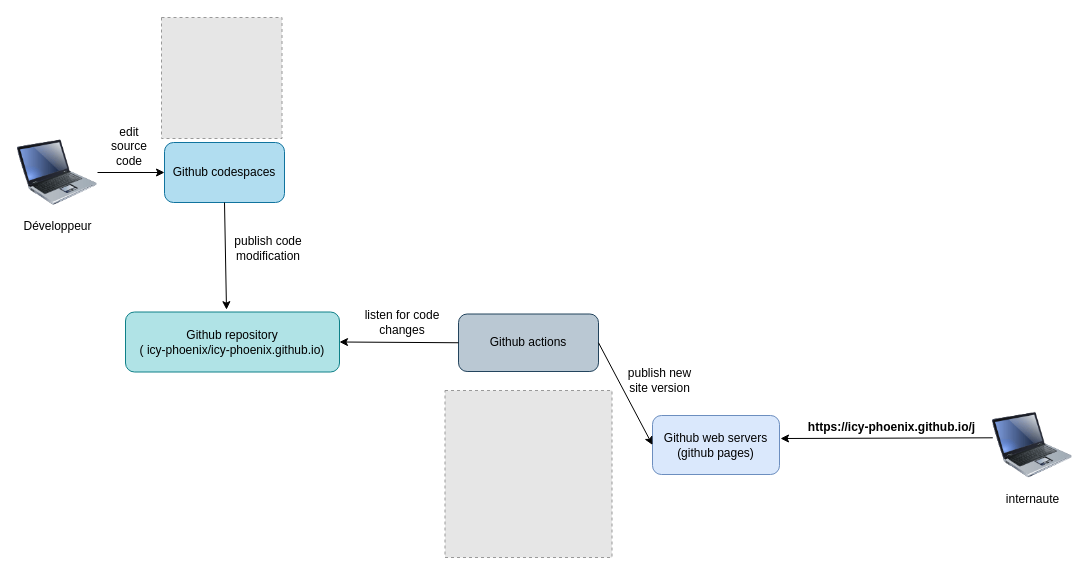
This is icy-phoenix.github.io.drawio from icy-phoenix/icy-phoenix.github.io, a draw.io file, before an edit. Source tidied: cells renumbered, new cells numbered last; positions are measured from the earlier drawing's top-left corner, leaving out a move shared by most shapes. Both pictures are drawn from the tidied source at 100%, with x=0, y=0 at pixel (17, 17). Pictures stored in the file or linked from it are replaced by grey dashed boxes.
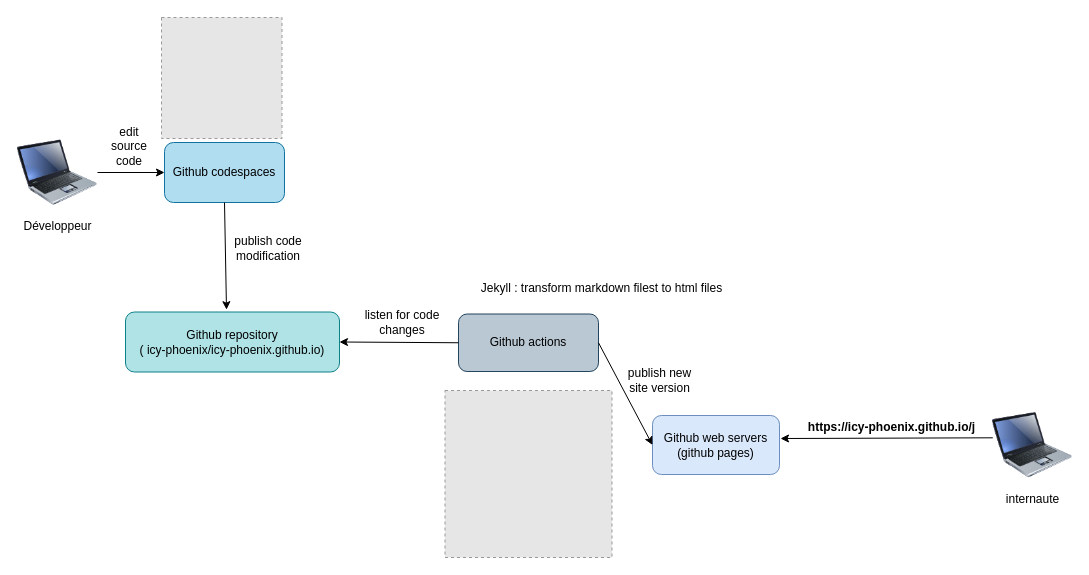
The same diagram, later.

Commit message:
Mettre à jour icy-phoenix.github.io.drawio

What changed in the source:
```diff
@@
+    <mxCell id="20" value="Jekyll : transform markdown filest to html files" style="text;html=1;strokeColor=none;fillColor=none;align=center;verticalAlign=middle;whiteSpace=wrap;rounded=0;" parent="1" vertex="1">
+      <mxGeometry x="446" y="251" width="277" height="39" as="geometry" />
+    </mxCell>
```
